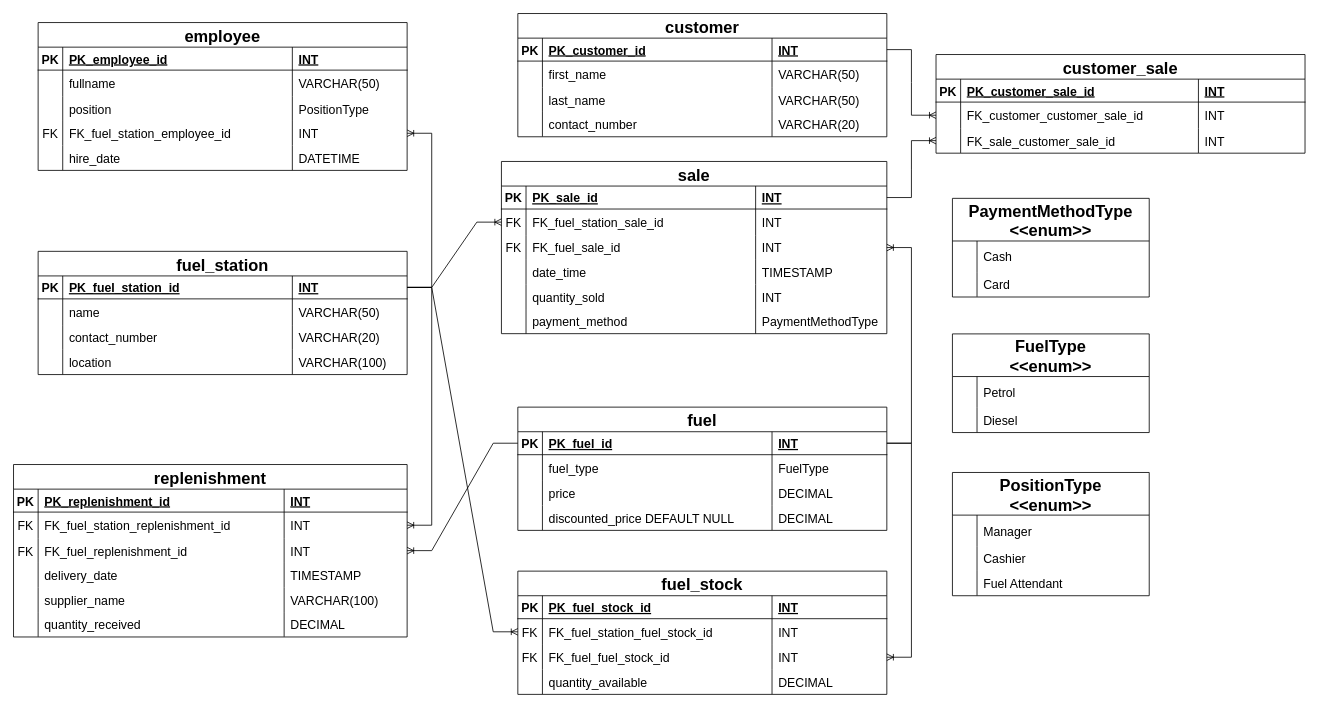
Above: Untitled Diagram.drawio in GiorgiEz/DB-modeling (draw.io), before the change. Source tidied: cells renumbered, new cells numbered last; positions are measured from the earlier drawing's top-left corner, leaving out a move shared by most shapes. Both pictures are drawn from the tidied source at 82%, with x=0, y=0 at pixel (-65, 13).
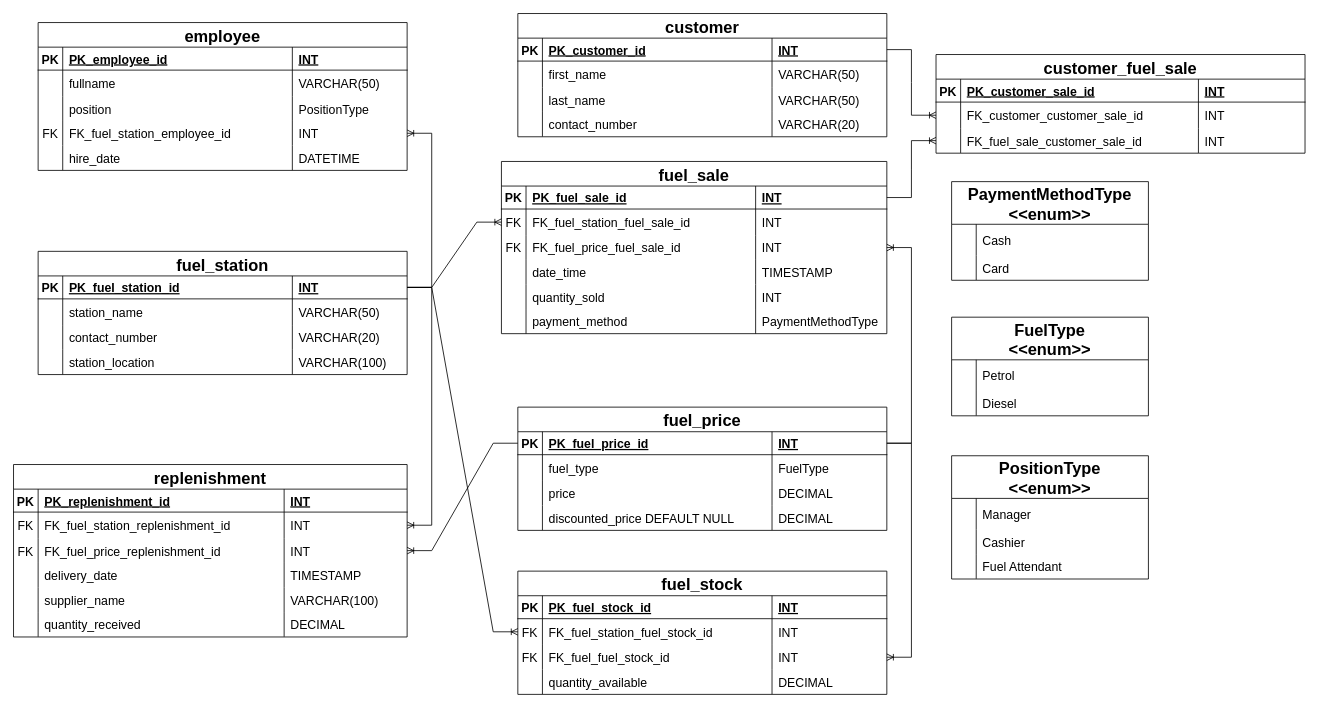
The same page after the edit.

The change refers to these unchanged cells:
```xml
<mxCell id="7" style="shape=partialRectangle;fillColor=none;top=0;left=0;right=0;bottom=0;" parent="2" vertex="1">
  <mxGeometry y="58" width="450" height="32" as="geometry" />
</mxCell>
<mxCell id="15" style="shape=tableRow;horizontal=0;startSize=0;swimlaneHead=0;swimlaneBody=0;fillColor=none;top=0;left=0;right=0;bottom=0;" parent="2" vertex="1">
  <mxGeometry y="120" width="450" height="30" as="geometry" />
</mxCell>
<mxCell id="20" style="shape=partialRectangle;fillColor=none;points=[[0,0.5],[1,0.5]];portConstraint=eastwest;top=0;left=0;right=0;bottom=1;" parent="19" vertex="1">
  <mxGeometry y="30" width="450" height="28" as="geometry" />
</mxCell>
<mxCell id="56" style="shape=partialRectangle;fillColor=none;points=[[0,0.5],[1,0.5]];portConstraint=eastwest;top=0;left=0;right=0;bottom=1;" parent="55" vertex="1">
  <mxGeometry y="30" width="470" height="28" as="geometry" />
</mxCell>
<mxCell id="60" style="shape=partialRectangle;fillColor=none;points=[[0,0.5],[1,0.5]];portConstraint=eastwest;top=0;left=0;right=0;bottom=0;" parent="55" vertex="1">
  <mxGeometry y="58" width="470" height="32" as="geometry" />
</mxCell>
<mxCell id="64" style="shape=tableRow;horizontal=0;startSize=0;swimlaneHead=0;swimlaneBody=0;fillColor=none;points=[[0,0.5],[1,0.5]];portConstraint=eastwest;top=0;left=0;right=0;bottom=0;" parent="55" vertex="1">
  <mxGeometry y="90" width="470" height="30" as="geometry" />
</mxCell>
<mxCell id="91" style="shape=tableRow;horizontal=0;startSize=0;swimlaneHead=0;swimlaneBody=0;fillColor=none;points=[[0,0.5],[1,0.5]];portConstraint=eastwest;top=0;left=0;right=0;bottom=0;" parent="82" vertex="1">
  <mxGeometry y="90" width="480" height="30" as="geometry" />
</mxCell>
<mxCell id="156" style="shape=tableRow;horizontal=0;startSize=0;swimlaneHead=0;swimlaneBody=0;fillColor=none;points=[[0,0.5],[1,0.5]];portConstraint=eastwest;top=0;left=0;right=0;bottom=0;" parent="147" vertex="1">
  <mxGeometry y="90" width="450" height="30" as="geometry" />
</mxCell>
```

The edit, as a diff of the source:
```diff
@@
-    <mxCell id="9" value="name" style="shape=partialRectangle;overflow=hidden;fillColor=none;top=0;left=0;bottom=0;right=0;align=left;spacingLeft=6;fontColor=#000000;labelBackgroundColor=none;fontSize=15;" parent="7" vertex="1">
+    <mxCell id="9" value="station_name" style="shape=partialRectangle;overflow=hidden;fillColor=none;top=0;left=0;bottom=0;right=0;align=left;spacingLeft=6;fontColor=#000000;labelBackgroundColor=none;fontSize=15;" parent="7" vertex="1">
       <mxGeometry x="30" width="280" height="32" as="geometry" />
     </mxCell>
@@
-    <mxCell id="17" value="location" style="shape=partialRectangle;fillColor=none;top=0;left=0;bottom=0;right=0;align=left;spacingLeft=6;overflow=hidden;fontSize=15;" parent="15" vertex="1">
+    <mxCell id="17" value="station_location" style="shape=partialRectangle;fillColor=none;top=0;left=0;bottom=0;right=0;align=left;spacingLeft=6;overflow=hidden;fontSize=15;" parent="15" vertex="1">
       <mxGeometry x="30" width="280" height="30" as="geometry" />
     </mxCell>
@@
-    <mxCell id="19" value="fuel" style="shape=table;startSize=30;childLayout=tableLayout;rowLines=0;fontStyle=1;align=center;fillColor=#FFFFFF;strokeColor=#000000;fontSize=20;direction=east;flipH=0;flipV=0;" parent="1" vertex="1">
+    <mxCell id="19" value="fuel_price" style="shape=table;startSize=30;childLayout=tableLayout;rowLines=0;fontStyle=1;align=center;fillColor=#FFFFFF;strokeColor=#000000;fontSize=20;direction=east;flipH=0;flipV=0;" parent="1" vertex="1">
       <mxGeometry x="710" y="480" width="450" height="150.3" as="geometry" />
     </mxCell>
@@
-    <mxCell id="22" value="PK_fuel_id" style="shape=partialRectangle;overflow=hidden;fillColor=none;top=0;left=0;bottom=0;right=0;align=left;spacingLeft=6;fontStyle=5;fontSize=15;" parent="20" vertex="1">
+    <mxCell id="22" value="PK_fuel_price_id" style="shape=partialRectangle;overflow=hidden;fillColor=none;top=0;left=0;bottom=0;right=0;align=left;spacingLeft=6;fontStyle=5;fontSize=15;" parent="20" vertex="1">
       <mxGeometry x="30" width="280" height="28" as="geometry" />
     </mxCell>
@@
-    <mxCell id="55" value="sale" style="shape=table;startSize=30;childLayout=tableLayout;rowLines=0;fontStyle=1;align=center;fillColor=#FFFFFF;strokeColor=#000000;fontSize=20;direction=east;flipH=0;flipV=0;" parent="1" vertex="1">
+    <mxCell id="55" value="fuel_sale" style="shape=table;startSize=30;childLayout=tableLayout;rowLines=0;fontStyle=1;align=center;fillColor=#FFFFFF;strokeColor=#000000;fontSize=20;direction=east;flipH=0;flipV=0;" parent="1" vertex="1">
       <mxGeometry x="690" y="180.4" width="470" height="210" as="geometry" />
     </mxCell>
@@
-    <mxCell id="58" value="PK_sale_id" style="shape=partialRectangle;overflow=hidden;fillColor=none;top=0;left=0;bottom=0;right=0;align=left;spacingLeft=6;fontStyle=5;fontSize=15;" parent="56" vertex="1">
+    <mxCell id="58" value="PK_fuel_sale_id" style="shape=partialRectangle;overflow=hidden;fillColor=none;top=0;left=0;bottom=0;right=0;align=left;spacingLeft=6;fontStyle=5;fontSize=15;" parent="56" vertex="1">
       <mxGeometry x="30" width="280" height="28" as="geometry" />
     </mxCell>
@@
-    <mxCell id="62" value="FK_fuel_station_sale_id" style="shape=partialRectangle;overflow=hidden;fillColor=none;top=0;left=0;bottom=0;right=0;align=left;spacingLeft=6;fontColor=#000000;labelBackgroundColor=none;fontSize=15;" parent="60" vertex="1">
+    <mxCell id="62" value="FK_fuel_station_fuel_sale_id" style="shape=partialRectangle;overflow=hidden;fillColor=none;top=0;left=0;bottom=0;right=0;align=left;spacingLeft=6;fontColor=#000000;labelBackgroundColor=none;fontSize=15;" parent="60" vertex="1">
       <mxGeometry x="30" width="280" height="32" as="geometry" />
     </mxCell>
@@
-    <mxCell id="66" value="FK_fuel_sale_id" style="shape=partialRectangle;fillColor=none;top=0;left=0;bottom=0;right=0;align=left;spacingLeft=6;overflow=hidden;fontSize=15;" parent="64" vertex="1">
+    <mxCell id="66" value="FK_fuel_price_fuel_sale_id" style="shape=partialRectangle;fillColor=none;top=0;left=0;bottom=0;right=0;align=left;spacingLeft=6;overflow=hidden;fontSize=15;" parent="64" vertex="1">
       <mxGeometry x="30" width="280" height="30" as="geometry" />
     </mxCell>
@@
-    <mxCell id="93" value="FK_fuel_replenishment_id" style="shape=partialRectangle;fillColor=none;top=0;left=0;bottom=0;right=0;align=left;spacingLeft=6;overflow=hidden;fontSize=15;" parent="91" vertex="1">
+    <mxCell id="93" value="FK_fuel_price_replenishment_id" style="shape=partialRectangle;fillColor=none;top=0;left=0;bottom=0;right=0;align=left;spacingLeft=6;overflow=hidden;fontSize=15;" parent="91" vertex="1">
       <mxGeometry x="30" width="300" height="30" as="geometry" />
     </mxCell>
@@
-    <mxCell id="147" value="customer_sale" style="shape=table;startSize=30;childLayout=tableLayout;rowLines=0;fontStyle=1;align=center;fillColor=#FFFFFF;strokeColor=#000000;fontSize=20;direction=east;flipH=0;flipV=0;" parent="1" vertex="1">
+    <mxCell id="147" value="customer_fuel_sale" style="shape=table;startSize=30;childLayout=tableLayout;rowLines=0;fontStyle=1;align=center;fillColor=#FFFFFF;strokeColor=#000000;fontSize=20;direction=east;flipH=0;flipV=0;" parent="1" vertex="1">
       <mxGeometry x="1220" y="50" width="450" height="120.3" as="geometry" />
     </mxCell>
@@
-    <mxCell id="158" value="FK_sale_customer_sale_id" style="shape=partialRectangle;fillColor=none;top=0;left=0;bottom=0;right=0;align=left;spacingLeft=6;overflow=hidden;fontSize=15;" parent="156" vertex="1">
+    <mxCell id="158" value="FK_fuel_sale_customer_sale_id" style="shape=partialRectangle;fillColor=none;top=0;left=0;bottom=0;right=0;align=left;spacingLeft=6;overflow=hidden;fontSize=15;" parent="156" vertex="1">
       <mxGeometry x="30" width="290" height="30" as="geometry" />
     </mxCell>
@@
     <mxCell id="162" value="PaymentMethodType&#10;&lt;&lt;enum&gt;&gt;" style="shape=table;startSize=52;childLayout=tableLayout;rowLines=0;fontStyle=1;align=center;fillColor=#FFFFFF;strokeColor=#000000;fontSize=20;direction=east;flipH=0;flipV=0;" parent="1" vertex="1">
-      <mxGeometry x="1240" y="225.4" width="240" height="120.3" as="geometry" />
+      <mxGeometry x="1239" y="205" width="240" height="120.3" as="geometry" />
     </mxCell>
@@
     <mxCell id="169" value="FuelType&#10;&lt;&lt;enum&gt;&gt;" style="shape=table;startSize=52;childLayout=tableLayout;rowLines=0;fontStyle=1;align=center;fillColor=#FFFFFF;strokeColor=#000000;fontSize=20;direction=east;flipH=0;flipV=0;" parent="1" vertex="1">
-      <mxGeometry x="1240" y="390.7" width="240" height="120.3" as="geometry" />
+      <mxGeometry x="1239" y="370.3" width="240" height="120.3" as="geometry" />
     </mxCell>
@@
     <mxCell id="176" value="PositionType&#10;&lt;&lt;enum&gt;&gt;" style="shape=table;startSize=52;childLayout=tableLayout;rowLines=0;fontStyle=1;align=center;fillColor=#FFFFFF;strokeColor=#000000;fontSize=20;direction=east;flipH=0;flipV=0;" parent="1" vertex="1">
-      <mxGeometry x="1240" y="559.7" width="240" height="150.3" as="geometry" />
+      <mxGeometry x="1239" y="539.3" width="240" height="150.3" as="geometry" />
     </mxCell>
```
